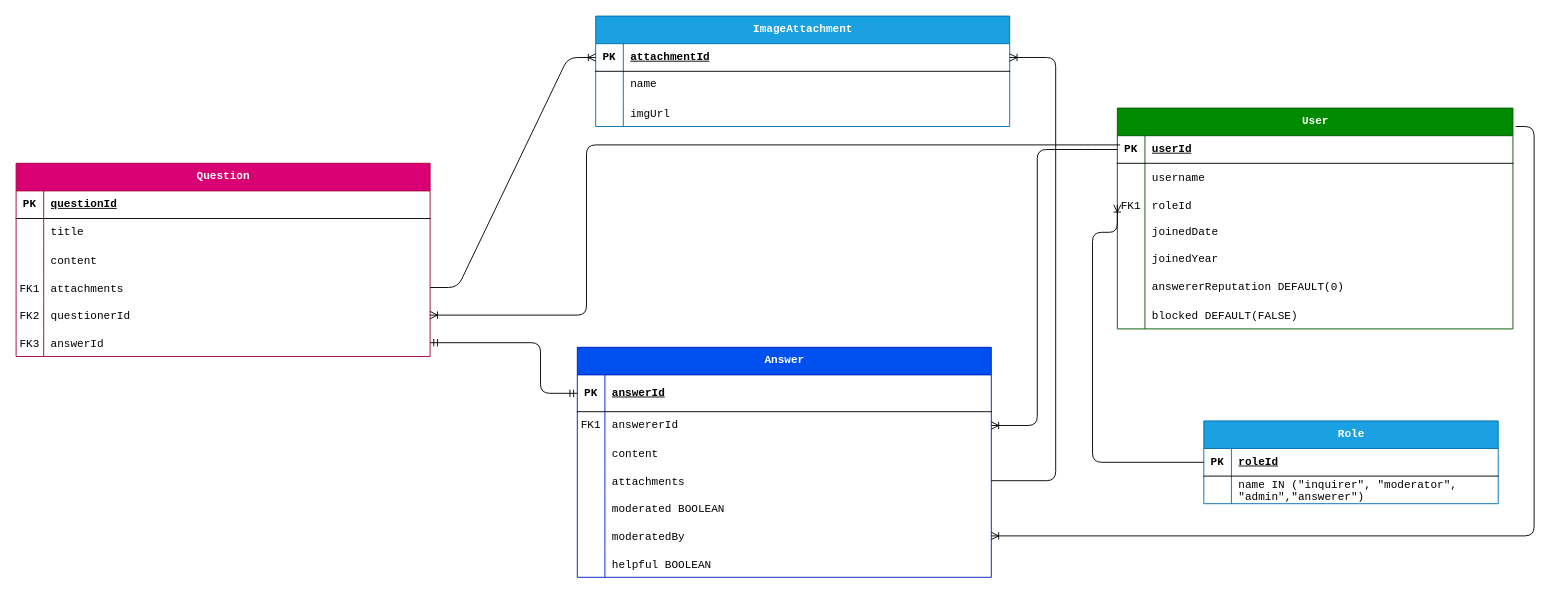
Before: design/DB Design.drawio in timthedev07/KCAMathsHub, a draw.io diagram. Source tidied: cells renumbered, new cells numbered last; positions are measured from the earlier drawing's top-left corner, leaving out a move shared by most shapes. Both pictures are drawn from the tidied source at 92%, with x=0, y=0 at pixel (16, 16).
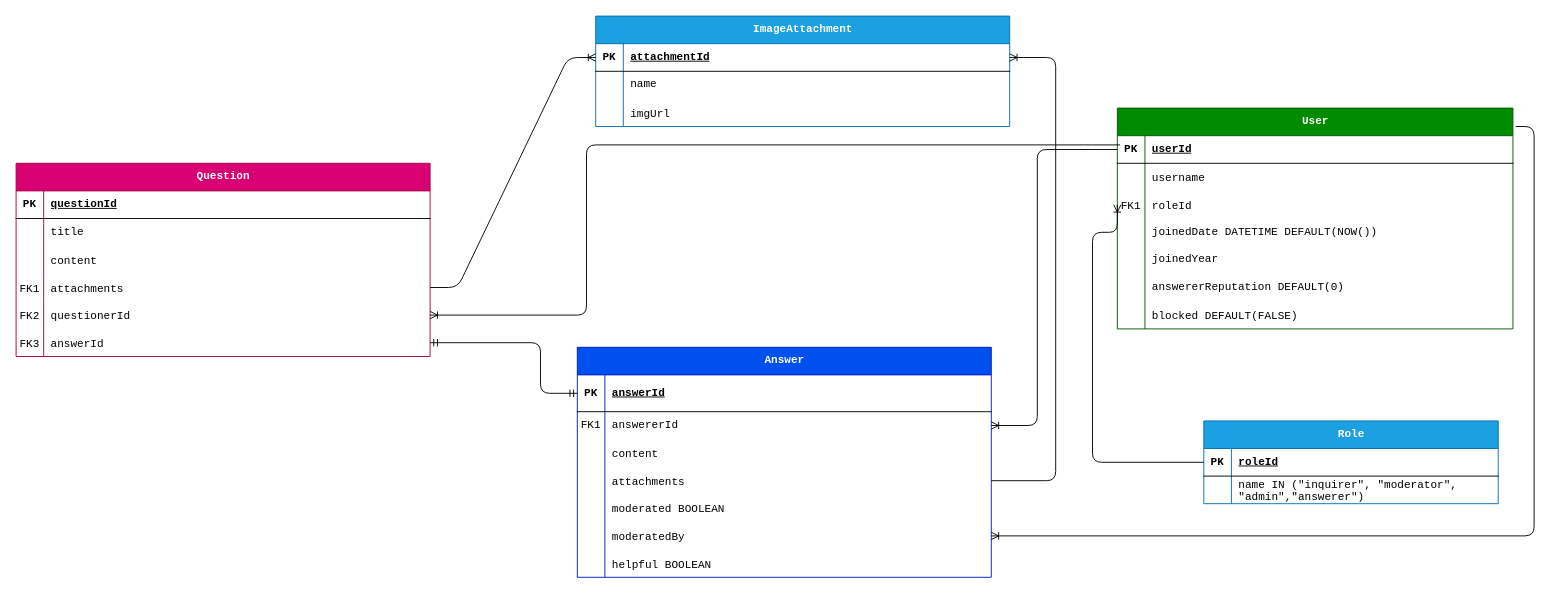
The same page after the edit.

Commit message (it also covers changes not shown here):
default rep = 100

The change refers to these unchanged cells:
```xml
<mxCell id="12" style="shape=tableRow;horizontal=0;startSize=0;swimlaneHead=0;swimlaneBody=0;fillColor=none;top=0;left=0;right=0;bottom=0;fontFamily=Courier New;" parent="2" vertex="1">
  <mxGeometry y="120" width="430" height="30" as="geometry" />
</mxCell>
```

Change to the diagram source:
```diff
@@
-    <mxCell id="14" value="joinedDate" style="shape=partialRectangle;fillColor=none;top=0;left=0;bottom=0;right=0;align=left;spacingLeft=6;overflow=hidden;whiteSpace=wrap;html=1;fontFamily=Courier New;" parent="12" vertex="1">
+    <mxCell id="14" value="joinedDate DATETIME DEFAULT(NOW())" style="shape=partialRectangle;fillColor=none;top=0;left=0;bottom=0;right=0;align=left;spacingLeft=6;overflow=hidden;whiteSpace=wrap;html=1;fontFamily=Courier New;" parent="12" vertex="1">
       <mxGeometry x="30" width="400" height="30" as="geometry" />
     </mxCell>
```
